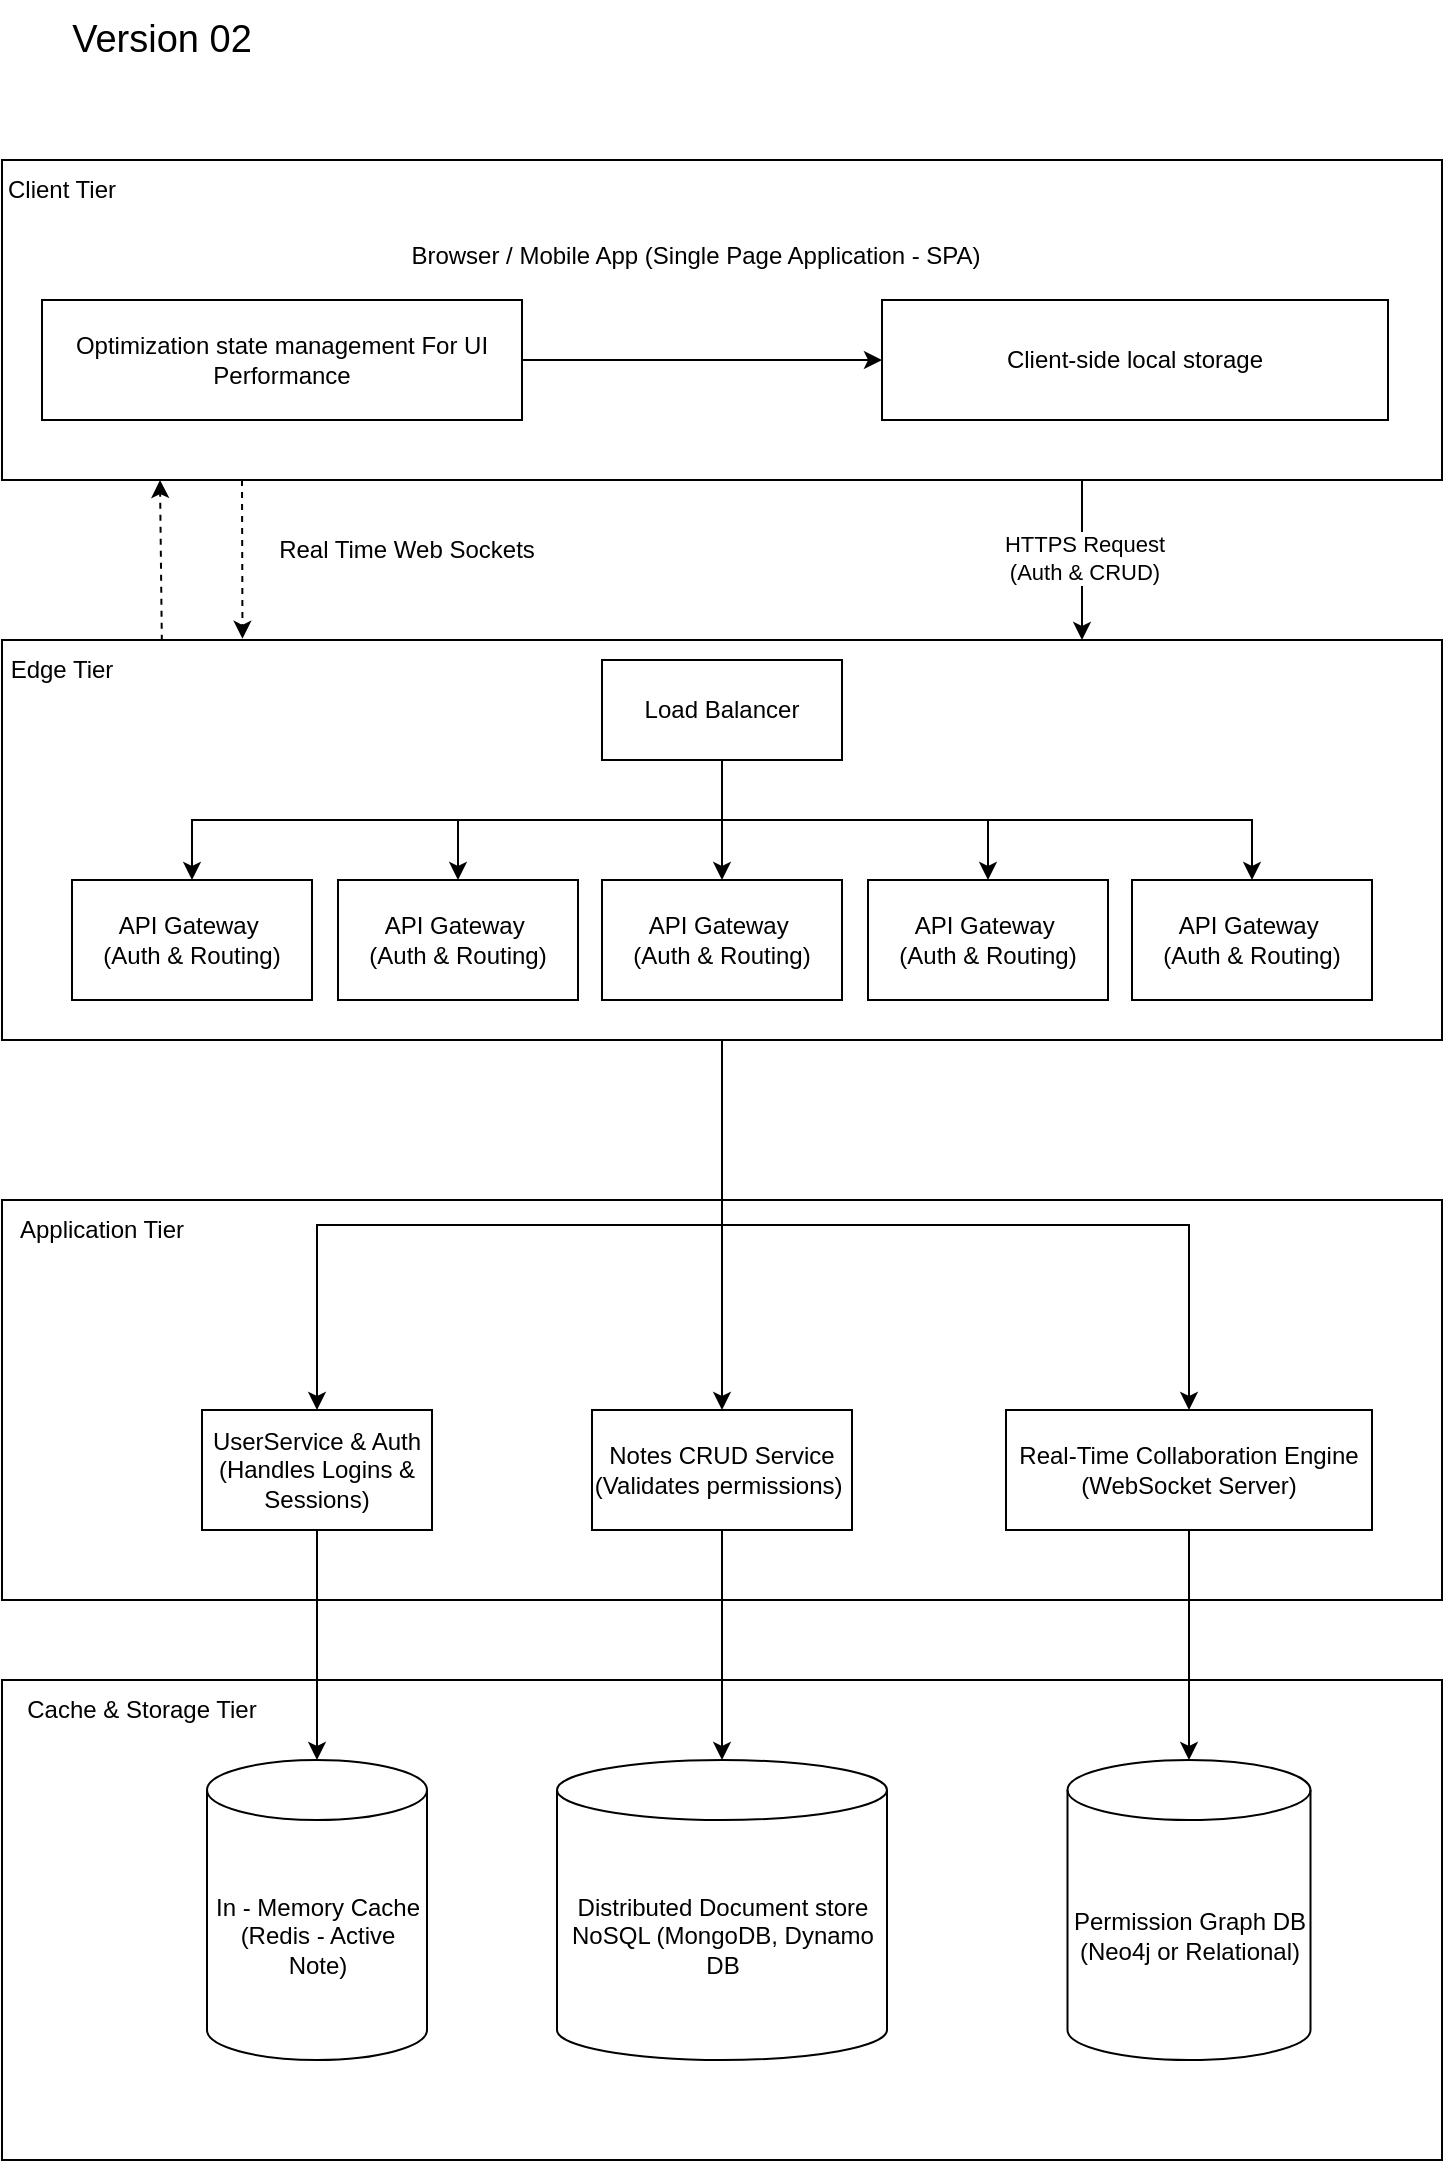
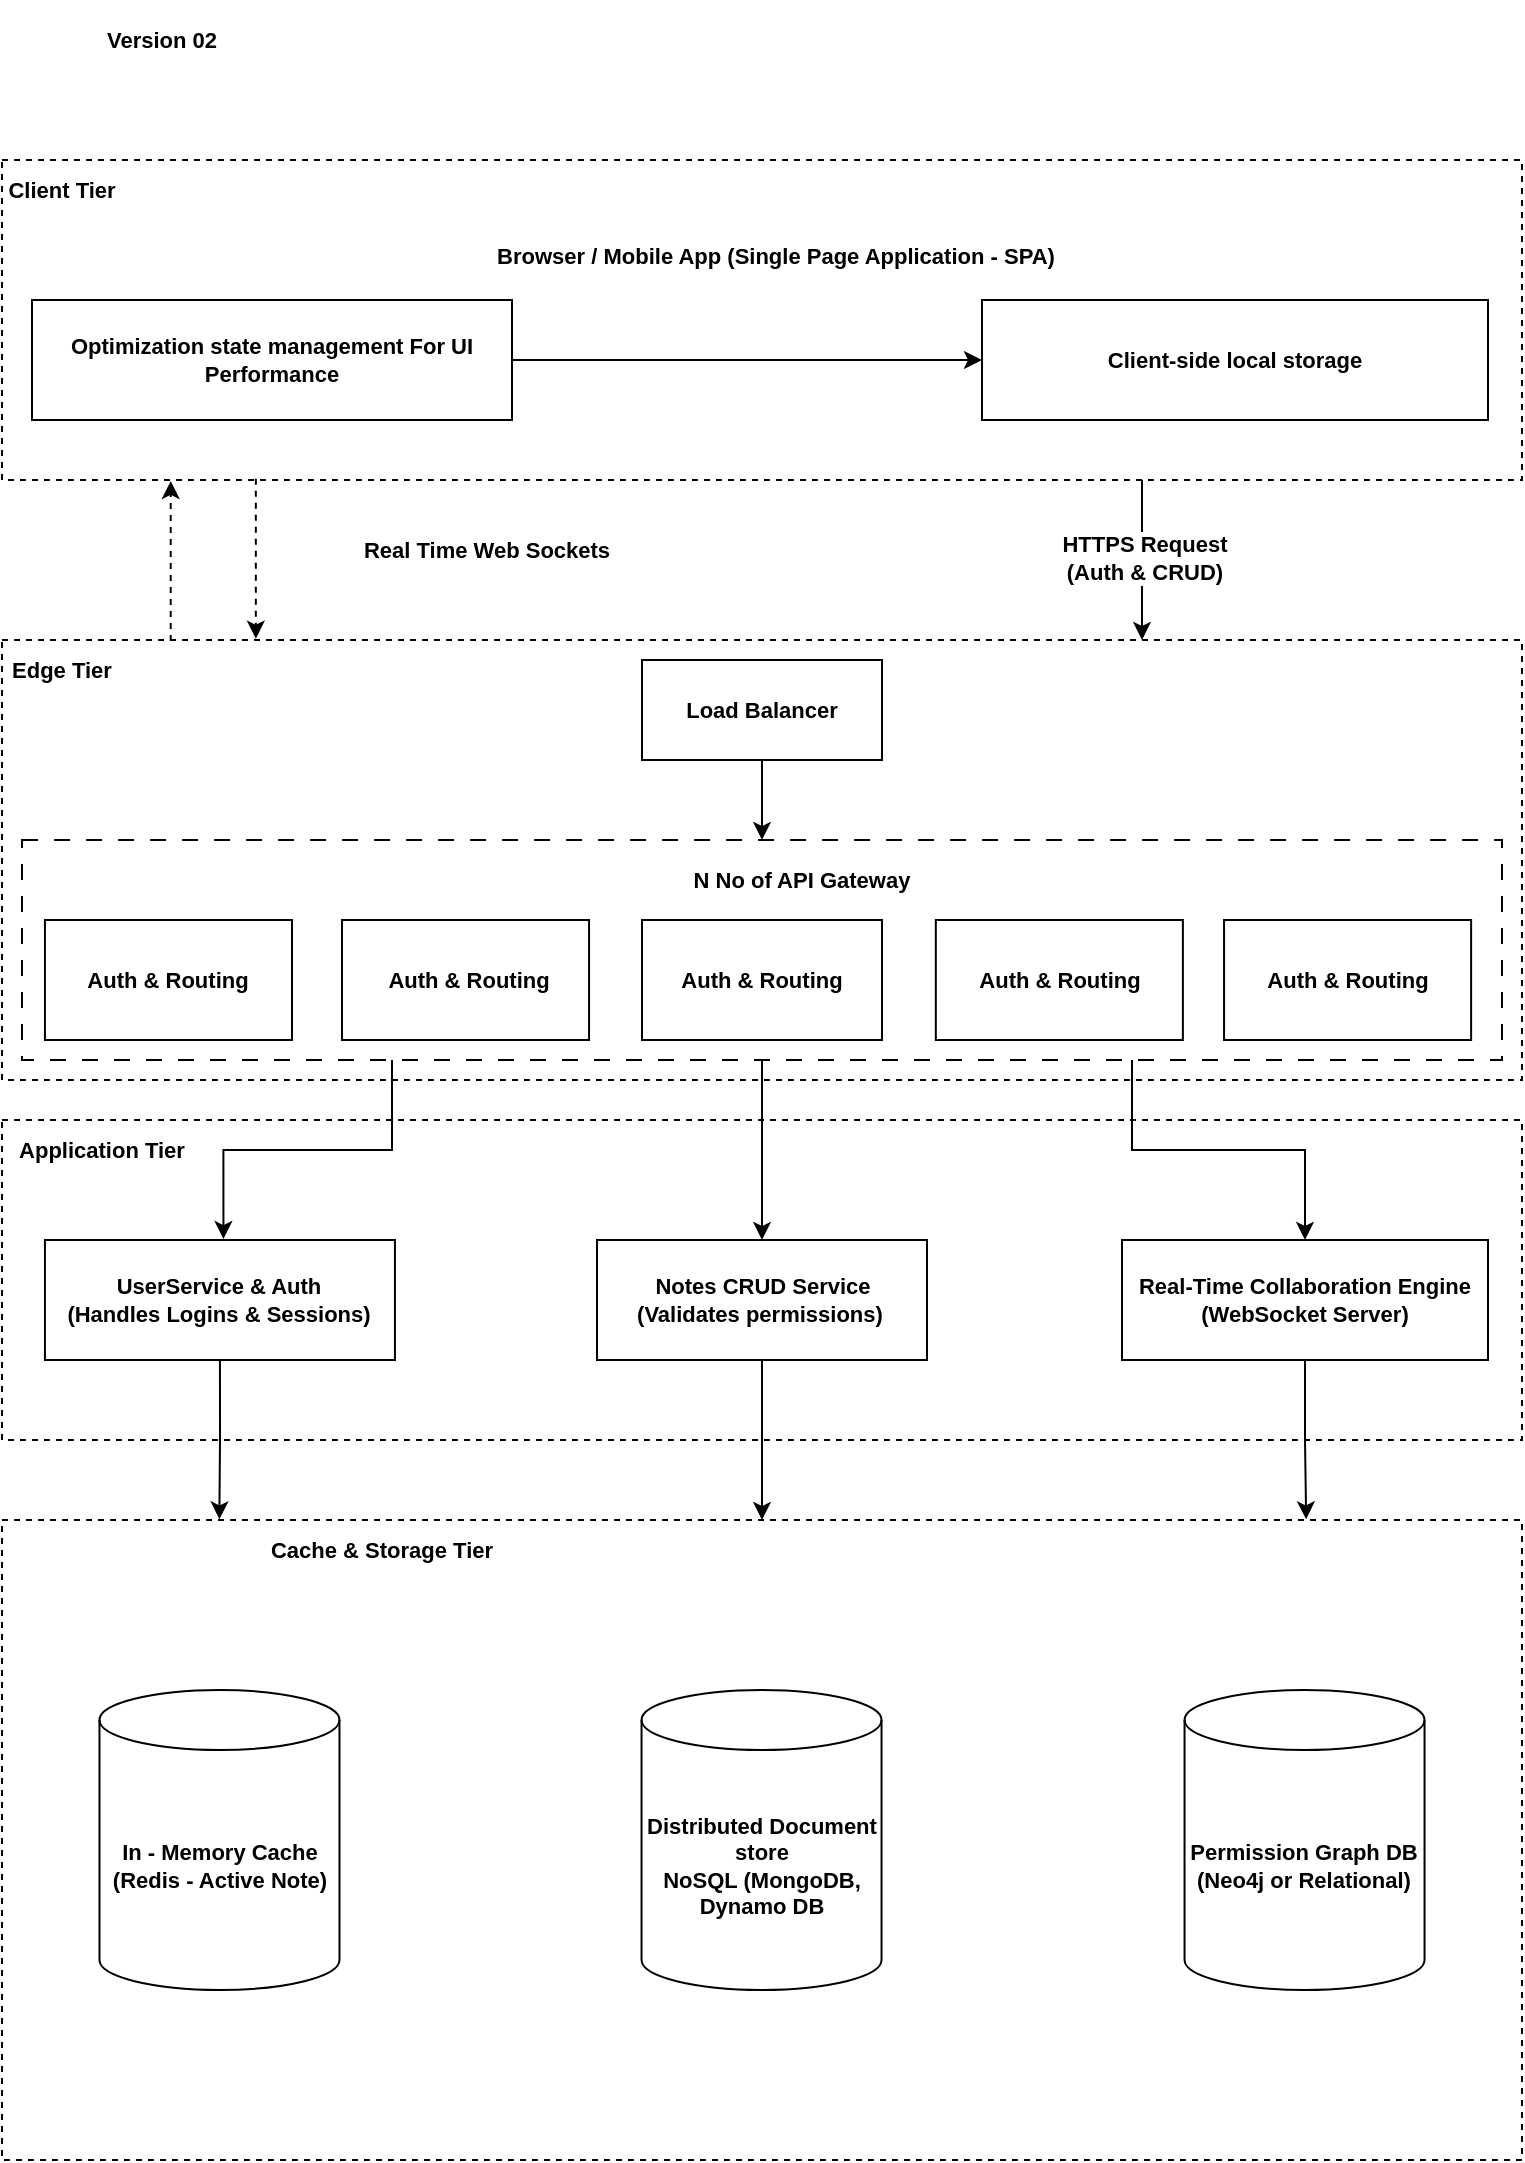
<mxfile host="app.diagrams.net">
  <diagram name="Page-1" id="eH7A5uFUdevFW9T4GL6N">
-     <mxGraphModel dx="1911" dy="1766" grid="1" gridSize="10" guides="1" tooltips="1" connect="1" arrows="1" fold="1" page="1" pageScale="1" pageWidth="827" pageHeight="1169" math="0" shadow="0">
+     <mxGraphModel dx="2115" dy="1878" grid="1" gridSize="10" guides="1" tooltips="1" connect="1" arrows="1" fold="1" page="1" pageScale="1" pageWidth="827" pageHeight="1169" math="0" shadow="0">
      <root>
        <mxCell id="0" />
        <mxCell id="1" parent="0" />
-         <mxCell id="0WJ-O-NK48m0enTMuQhX-74" parent="1" style="rounded=0;whiteSpace=wrap;html=1;" value="" vertex="1">
-           <mxGeometry height="200" width="720" x="-760" y="-520" as="geometry" />
+         <mxCell id="0WJ-O-NK48m0enTMuQhX-69" parent="1" style="rounded=0;whiteSpace=wrap;html=1;dashed=1;movable=1;resizable=1;rotatable=1;deletable=1;editable=1;locked=0;connectable=1;fillColor=none;" value="" vertex="1">
+           <mxGeometry height="220" width="760" x="-800" y="-800" as="geometry" />
        </mxCell>
-         <mxCell id="0WJ-O-NK48m0enTMuQhX-100" edge="1" parent="1" source="0WJ-O-NK48m0enTMuQhX-67" style="edgeStyle=orthogonalEdgeStyle;rounded=0;orthogonalLoop=1;jettySize=auto;html=1;exitX=0.75;exitY=1;exitDx=0;exitDy=0;entryX=0.75;entryY=0;entryDx=0;entryDy=0;" target="0WJ-O-NK48m0enTMuQhX-69">
+         <mxCell id="0WJ-O-NK48m0enTMuQhX-74" parent="1" style="rounded=0;whiteSpace=wrap;html=1;dashed=1;movable=1;resizable=1;rotatable=1;deletable=1;editable=1;locked=0;connectable=1;fillColor=none;" value="" vertex="1">
+           <mxGeometry height="160" width="760" x="-800" y="-560" as="geometry" />
+         </mxCell>
+         <mxCell id="0WJ-O-NK48m0enTMuQhX-100" edge="1" parent="1" source="0WJ-O-NK48m0enTMuQhX-67" style="edgeStyle=orthogonalEdgeStyle;rounded=0;orthogonalLoop=1;jettySize=auto;html=1;exitX=0.75;exitY=1;exitDx=0;exitDy=0;entryX=0.75;entryY=0;entryDx=0;entryDy=0;fillColor=none;fontStyle=1;fontSize=11;movable=1;resizable=1;rotatable=1;deletable=1;editable=1;locked=0;connectable=1;" target="0WJ-O-NK48m0enTMuQhX-69">
          <mxGeometry relative="1" as="geometry" />
        </mxCell>
-         <mxCell id="0WJ-O-NK48m0enTMuQhX-101" connectable="0" parent="0WJ-O-NK48m0enTMuQhX-100" style="edgeLabel;html=1;align=center;verticalAlign=middle;resizable=0;points=[];" value="HTTPS R&lt;span style=&quot;background-color: light-dark(#ffffff, var(--ge-dark-color, #121212)); color: light-dark(rgb(0, 0, 0), rgb(255, 255, 255));&quot;&gt;equest&lt;/span&gt;&lt;div&gt;&lt;span style=&quot;background-color: light-dark(#ffffff, var(--ge-dark-color, #121212)); color: light-dark(rgb(0, 0, 0), rgb(255, 255, 255));&quot;&gt;(Auth &amp;amp; CRUD)&lt;/span&gt;&lt;/div&gt;" vertex="1">
+         <mxCell id="0WJ-O-NK48m0enTMuQhX-101" connectable="0" parent="0WJ-O-NK48m0enTMuQhX-100" style="edgeLabel;html=1;align=center;verticalAlign=middle;resizable=1;points=[];fontStyle=1;fontSize=11;movable=1;rotatable=1;deletable=1;editable=1;locked=0;connectable=1;" value="HTTPS R&lt;span style=&quot;background-color: light-dark(#ffffff, var(--ge-dark-color, #121212)); color: light-dark(rgb(0, 0, 0), rgb(255, 255, 255));&quot;&gt;equest&lt;/span&gt;&lt;div&gt;&lt;span style=&quot;background-color: light-dark(#ffffff, var(--ge-dark-color, #121212)); color: light-dark(rgb(0, 0, 0), rgb(255, 255, 255));&quot;&gt;(Auth &amp;amp; CRUD)&lt;/span&gt;&lt;/div&gt;" vertex="1">
          <mxGeometry relative="1" x="-0.0197" y="1" as="geometry">
            <mxPoint as="offset" />
          </mxGeometry>
        </mxCell>
-         <mxCell id="0WJ-O-NK48m0enTMuQhX-67" parent="1" style="rounded=0;whiteSpace=wrap;html=1;" value="" vertex="1">
-           <mxGeometry height="160" width="720" x="-760" y="-1040" as="geometry" />
+         <mxCell id="0WJ-O-NK48m0enTMuQhX-67" parent="1" style="rounded=0;whiteSpace=wrap;html=1;strokeWidth=1;dashed=1;movable=1;resizable=1;rotatable=1;deletable=1;editable=1;locked=0;connectable=1;fillColor=none;" value="" vertex="1">
+           <mxGeometry height="160" width="760" x="-800" y="-1040" as="geometry" />
        </mxCell>
-         <mxCell id="0WJ-O-NK48m0enTMuQhX-5" parent="1" style="text;html=1;whiteSpace=wrap;strokeColor=none;fillColor=none;align=center;verticalAlign=middle;rounded=0;" value="&lt;font style=&quot;font-size: 19px;&quot;&gt;Version 02&lt;/font&gt;" vertex="1">
-           <mxGeometry height="40" width="160" x="-760" y="-1120" as="geometry" />
+         <mxCell id="0WJ-O-NK48m0enTMuQhX-5" parent="1" style="text;html=1;whiteSpace=wrap;fillColor=none;align=center;verticalAlign=middle;rounded=0;fontStyle=1;fontSize=11;movable=1;resizable=1;rotatable=1;deletable=1;editable=1;locked=0;connectable=1;" value="&lt;font&gt;Version 02&lt;/font&gt;" vertex="1">
+           <mxGeometry height="40" width="160" x="-800" y="-1120" as="geometry" />
        </mxCell>
-         <mxCell id="0WJ-O-NK48m0enTMuQhX-68" parent="1" style="text;html=1;whiteSpace=wrap;strokeColor=none;fillColor=none;align=center;verticalAlign=middle;rounded=0;" value="Client Tier" vertex="1">
-           <mxGeometry height="30" width="60" x="-760" y="-1040" as="geometry" />
+         <mxCell id="0WJ-O-NK48m0enTMuQhX-68" parent="1" style="text;html=1;whiteSpace=wrap;fillColor=none;align=center;verticalAlign=middle;rounded=0;fontStyle=1;fontSize=11;movable=1;resizable=1;rotatable=1;deletable=1;editable=1;locked=0;connectable=1;" value="Client Tier" vertex="1">
+           <mxGeometry height="30" width="60" x="-800" y="-1040" as="geometry" />
        </mxCell>
-         <mxCell id="8HW9Jj2ofqtLdbyaAA0M-7" edge="1" parent="1" source="0WJ-O-NK48m0enTMuQhX-69" style="edgeStyle=orthogonalEdgeStyle;rounded=0;orthogonalLoop=1;jettySize=auto;html=1;exitX=0.5;exitY=1;exitDx=0;exitDy=0;entryX=0.5;entryY=0;entryDx=0;entryDy=0;" target="8HW9Jj2ofqtLdbyaAA0M-5">
+         <mxCell id="0WJ-O-NK48m0enTMuQhX-71" parent="1" style="text;html=1;whiteSpace=wrap;fillColor=none;align=center;verticalAlign=middle;rounded=0;fontStyle=1;fontSize=11;movable=1;resizable=1;rotatable=1;deletable=1;editable=1;locked=0;connectable=1;" value="Edge Tier" vertex="1">
+           <mxGeometry height="30" width="60" x="-800" y="-800" as="geometry" />
+         </mxCell>
+         <mxCell id="0WJ-O-NK48m0enTMuQhX-75" parent="1" style="text;html=1;whiteSpace=wrap;fillColor=none;align=center;verticalAlign=middle;rounded=0;fontStyle=1;fontSize=11;movable=1;resizable=1;rotatable=1;deletable=1;editable=1;locked=0;connectable=1;" value="Application Tier" vertex="1">
+           <mxGeometry height="30" width="100" x="-800" y="-560" as="geometry" />
+         </mxCell>
+         <mxCell id="0WJ-O-NK48m0enTMuQhX-76" parent="1" style="rounded=0;whiteSpace=wrap;html=1;dashed=1;movable=1;resizable=1;rotatable=1;deletable=1;editable=1;locked=0;connectable=1;fillColor=none;" value="" vertex="1">
+           <mxGeometry height="320" width="760" x="-800" y="-360" as="geometry" />
+         </mxCell>
+         <mxCell id="0WJ-O-NK48m0enTMuQhX-77" parent="1" style="text;html=1;whiteSpace=wrap;fillColor=none;align=center;verticalAlign=middle;rounded=0;fontStyle=1;fontSize=11;movable=1;resizable=1;rotatable=1;deletable=1;editable=1;locked=0;connectable=1;" value="Cache &amp;amp; Storage Tier" vertex="1">
+           <mxGeometry height="30" width="140" x="-680" y="-360" as="geometry" />
+         </mxCell>
+         <mxCell id="0WJ-O-NK48m0enTMuQhX-78" parent="1" style="text;html=1;whiteSpace=wrap;fillColor=none;align=center;verticalAlign=middle;rounded=0;fontStyle=1;fontSize=11;movable=1;resizable=1;rotatable=1;deletable=1;editable=1;locked=0;connectable=1;" value="&#xa;Browser / Mobile App (Single Page Application - SPA)&#xa;&#xa;" vertex="1">
+           <mxGeometry height="30" width="300" x="-563" y="-1000" as="geometry" />
+         </mxCell>
+         <mxCell id="0WJ-O-NK48m0enTMuQhX-82" edge="1" parent="1" source="0WJ-O-NK48m0enTMuQhX-79" style="edgeStyle=orthogonalEdgeStyle;rounded=0;orthogonalLoop=1;jettySize=auto;html=1;exitX=1;exitY=0.5;exitDx=0;exitDy=0;entryX=0;entryY=0.5;entryDx=0;entryDy=0;fillColor=none;fontStyle=1;fontSize=11;movable=1;resizable=1;rotatable=1;deletable=1;editable=1;locked=0;connectable=1;" target="0WJ-O-NK48m0enTMuQhX-80">
          <mxGeometry relative="1" as="geometry" />
        </mxCell>
-         <mxCell id="8HW9Jj2ofqtLdbyaAA0M-8" edge="1" parent="1" source="0WJ-O-NK48m0enTMuQhX-69" style="edgeStyle=orthogonalEdgeStyle;rounded=0;orthogonalLoop=1;jettySize=auto;html=1;exitX=0.5;exitY=1;exitDx=0;exitDy=0;entryX=0.5;entryY=0;entryDx=0;entryDy=0;" target="8HW9Jj2ofqtLdbyaAA0M-1">
-           <mxGeometry relative="1" as="geometry" />
+         <mxCell id="0WJ-O-NK48m0enTMuQhX-79" parent="1" style="rounded=0;whiteSpace=wrap;html=1;fillColor=none;fontStyle=1;fontSize=11;movable=1;resizable=1;rotatable=1;deletable=1;editable=1;locked=0;connectable=1;" value="Optimization state management For UI Performance" vertex="1">
+           <mxGeometry height="60" width="240" x="-785" y="-970" as="geometry" />
        </mxCell>
-         <mxCell id="8HW9Jj2ofqtLdbyaAA0M-9" edge="1" parent="1" source="0WJ-O-NK48m0enTMuQhX-69" style="edgeStyle=orthogonalEdgeStyle;rounded=0;orthogonalLoop=1;jettySize=auto;html=1;exitX=0.5;exitY=1;exitDx=0;exitDy=0;entryX=0.5;entryY=0;entryDx=0;entryDy=0;" target="8HW9Jj2ofqtLdbyaAA0M-2">
-           <mxGeometry relative="1" as="geometry" />
+         <mxCell id="0WJ-O-NK48m0enTMuQhX-80" parent="1" style="rounded=0;whiteSpace=wrap;html=1;fillColor=none;fontStyle=1;fontSize=11;movable=1;resizable=1;rotatable=1;deletable=1;editable=1;locked=0;connectable=1;" value="Client-side local storage" vertex="1">
+           <mxGeometry height="60" width="253" x="-310" y="-970" as="geometry" />
        </mxCell>
-         <mxCell id="0WJ-O-NK48m0enTMuQhX-69" parent="1" style="rounded=0;whiteSpace=wrap;html=1;" value="" vertex="1">
-           <mxGeometry height="200" width="720" x="-760" y="-800" as="geometry" />
-         </mxCell>
-         <mxCell id="0WJ-O-NK48m0enTMuQhX-71" parent="1" style="text;html=1;whiteSpace=wrap;strokeColor=none;fillColor=none;align=center;verticalAlign=middle;rounded=0;" value="Edge Tier" vertex="1">
-           <mxGeometry height="30" width="60" x="-760" y="-800" as="geometry" />
-         </mxCell>
-         <mxCell id="0WJ-O-NK48m0enTMuQhX-75" parent="1" style="text;html=1;whiteSpace=wrap;strokeColor=none;fillColor=none;align=center;verticalAlign=middle;rounded=0;" value="Application Tier" vertex="1">
-           <mxGeometry height="30" width="100" x="-760" y="-520" as="geometry" />
-         </mxCell>
-         <mxCell id="0WJ-O-NK48m0enTMuQhX-76" parent="1" style="rounded=0;whiteSpace=wrap;html=1;" value="" vertex="1">
-           <mxGeometry height="240" width="720" x="-760" y="-280" as="geometry" />
-         </mxCell>
-         <mxCell id="0WJ-O-NK48m0enTMuQhX-77" parent="1" style="text;html=1;whiteSpace=wrap;strokeColor=none;fillColor=none;align=center;verticalAlign=middle;rounded=0;" value="Cache &amp;amp; Storage Tier" vertex="1">
-           <mxGeometry height="30" width="140" x="-760" y="-280" as="geometry" />
-         </mxCell>
-         <mxCell id="0WJ-O-NK48m0enTMuQhX-78" parent="1" style="text;html=1;whiteSpace=wrap;strokeColor=none;fillColor=none;align=center;verticalAlign=middle;rounded=0;" value="&#xa;Browser / Mobile App (Single Page Application - SPA)&#xa;&#xa;" vertex="1">
-           <mxGeometry height="30" width="300" x="-563" y="-1000" as="geometry" />
-         </mxCell>
-         <mxCell id="0WJ-O-NK48m0enTMuQhX-82" edge="1" parent="1" source="0WJ-O-NK48m0enTMuQhX-79" style="edgeStyle=orthogonalEdgeStyle;rounded=0;orthogonalLoop=1;jettySize=auto;html=1;exitX=1;exitY=0.5;exitDx=0;exitDy=0;entryX=0;entryY=0.5;entryDx=0;entryDy=0;" target="0WJ-O-NK48m0enTMuQhX-80">
-           <mxGeometry relative="1" as="geometry" />
-         </mxCell>
-         <mxCell id="0WJ-O-NK48m0enTMuQhX-79" parent="1" style="rounded=0;whiteSpace=wrap;html=1;" value="Optimization state management For UI Performance" vertex="1">
-           <mxGeometry height="60" width="240" x="-740" y="-970" as="geometry" />
-         </mxCell>
-         <mxCell id="0WJ-O-NK48m0enTMuQhX-80" parent="1" style="rounded=0;whiteSpace=wrap;html=1;" value="Client-side local storage" vertex="1">
-           <mxGeometry height="60" width="253" x="-320" y="-970" as="geometry" />
-         </mxCell>
-         <mxCell id="0WJ-O-NK48m0enTMuQhX-85" edge="1" parent="1" source="0WJ-O-NK48m0enTMuQhX-69" style="endArrow=classic;html=1;rounded=0;exitX=0.111;exitY=0.002;exitDx=0;exitDy=0;exitPerimeter=0;dashed=1;" value="">
+         <mxCell id="0WJ-O-NK48m0enTMuQhX-85" edge="1" parent="1" source="0WJ-O-NK48m0enTMuQhX-69" style="endArrow=classic;html=1;rounded=0;exitX=0.111;exitY=0.002;exitDx=0;exitDy=0;exitPerimeter=0;dashed=1;entryX=0.111;entryY=1.003;entryDx=0;entryDy=0;entryPerimeter=0;fillColor=none;fontStyle=1;fontSize=11;movable=1;resizable=1;rotatable=1;deletable=1;editable=1;locked=0;connectable=1;" target="0WJ-O-NK48m0enTMuQhX-67" value="">
          <mxGeometry height="50" relative="1" width="50" as="geometry">
            <mxPoint x="-681" y="-800" as="sourcePoint" />
            <mxPoint x="-681" y="-880" as="targetPoint" />
          </mxGeometry>
        </mxCell>
-         <mxCell id="0WJ-O-NK48m0enTMuQhX-86" edge="1" parent="1" style="endArrow=classic;html=1;rounded=0;entryX=0.167;entryY=-0.003;entryDx=0;entryDy=0;entryPerimeter=0;dashed=1;" target="0WJ-O-NK48m0enTMuQhX-69" value="">
+         <mxCell id="0WJ-O-NK48m0enTMuQhX-86" edge="1" parent="1" source="0WJ-O-NK48m0enTMuQhX-67" style="endArrow=classic;html=1;rounded=0;entryX=0.167;entryY=-0.003;entryDx=0;entryDy=0;entryPerimeter=0;dashed=1;exitX=0.167;exitY=0.996;exitDx=0;exitDy=0;exitPerimeter=0;fillColor=none;fontStyle=1;fontSize=11;movable=1;resizable=1;rotatable=1;deletable=1;editable=1;locked=0;connectable=1;" target="0WJ-O-NK48m0enTMuQhX-69" value="">
          <mxGeometry height="50" relative="1" width="50" as="geometry">
            <mxPoint x="-640" y="-880" as="sourcePoint" />
            <mxPoint x="-640" y="-800" as="targetPoint" />
          </mxGeometry>
        </mxCell>
-         <mxCell id="0WJ-O-NK48m0enTMuQhX-94" edge="1" parent="1" source="0WJ-O-NK48m0enTMuQhX-88" style="edgeStyle=orthogonalEdgeStyle;rounded=0;orthogonalLoop=1;jettySize=auto;html=1;exitX=0.5;exitY=1;exitDx=0;exitDy=0;entryX=0.5;entryY=0;entryDx=0;entryDy=0;" target="0WJ-O-NK48m0enTMuQhX-89">
+         <mxCell id="8HW9Jj2ofqtLdbyaAA0M-63" edge="1" parent="1" source="0WJ-O-NK48m0enTMuQhX-88" style="edgeStyle=orthogonalEdgeStyle;rounded=0;orthogonalLoop=1;jettySize=auto;html=1;exitX=0.5;exitY=1;exitDx=0;exitDy=0;entryX=0.5;entryY=0;entryDx=0;entryDy=0;fillColor=none;fontStyle=1;fontSize=11;movable=1;resizable=1;rotatable=1;deletable=1;editable=1;locked=0;connectable=1;" target="8HW9Jj2ofqtLdbyaAA0M-60">
          <mxGeometry relative="1" as="geometry" />
        </mxCell>
-         <mxCell id="0WJ-O-NK48m0enTMuQhX-95" edge="1" parent="1" source="0WJ-O-NK48m0enTMuQhX-88" style="edgeStyle=orthogonalEdgeStyle;rounded=0;orthogonalLoop=1;jettySize=auto;html=1;exitX=0.5;exitY=1;exitDx=0;exitDy=0;entryX=0.5;entryY=0;entryDx=0;entryDy=0;" target="0WJ-O-NK48m0enTMuQhX-90">
+         <mxCell id="0WJ-O-NK48m0enTMuQhX-88" parent="1" style="rounded=0;whiteSpace=wrap;html=1;fillColor=none;fontStyle=1;fontSize=11;movable=1;resizable=1;rotatable=1;deletable=1;editable=1;locked=0;connectable=1;" value="Load Balancer" vertex="1">
+           <mxGeometry height="50" width="120" x="-480" y="-790" as="geometry" />
+         </mxCell>
+         <mxCell id="0WJ-O-NK48m0enTMuQhX-99" parent="1" style="text;html=1;whiteSpace=wrap;fillColor=none;align=center;verticalAlign=middle;rounded=0;fontStyle=1;fontSize=11;movable=1;resizable=1;rotatable=1;deletable=1;editable=1;locked=0;connectable=1;" value="Real Time Web Sockets" vertex="1">
+           <mxGeometry height="30" width="165" x="-640" y="-860" as="geometry" />
+         </mxCell>
+         <mxCell id="8HW9Jj2ofqtLdbyaAA0M-72" edge="1" parent="1" source="8HW9Jj2ofqtLdbyaAA0M-1" style="edgeStyle=orthogonalEdgeStyle;rounded=0;orthogonalLoop=1;jettySize=auto;html=1;exitX=0.5;exitY=1;exitDx=0;exitDy=0;entryX=0.5;entryY=0;entryDx=0;entryDy=0;movable=1;resizable=1;rotatable=1;deletable=1;editable=1;locked=0;connectable=1;fillColor=none;" target="0WJ-O-NK48m0enTMuQhX-76">
          <mxGeometry relative="1" as="geometry" />
        </mxCell>
-         <mxCell id="0WJ-O-NK48m0enTMuQhX-96" edge="1" parent="1" source="0WJ-O-NK48m0enTMuQhX-88" style="edgeStyle=orthogonalEdgeStyle;rounded=0;orthogonalLoop=1;jettySize=auto;html=1;exitX=0.5;exitY=1;exitDx=0;exitDy=0;entryX=0.5;entryY=0;entryDx=0;entryDy=0;" target="0WJ-O-NK48m0enTMuQhX-91">
+         <mxCell id="8HW9Jj2ofqtLdbyaAA0M-1" parent="1" style="rounded=0;whiteSpace=wrap;html=1;fillColor=none;fontStyle=1;fontSize=11;movable=1;resizable=1;rotatable=1;deletable=1;editable=1;locked=0;connectable=1;" value="Notes CRUD Service&lt;div&gt;(Validates permissions)&amp;nbsp;&lt;/div&gt;" vertex="1">
+           <mxGeometry height="60" width="164.99" x="-502.49" y="-500" as="geometry" />
+         </mxCell>
+         <mxCell id="8HW9Jj2ofqtLdbyaAA0M-2" parent="1" style="rounded=0;whiteSpace=wrap;html=1;fillColor=none;fontStyle=1;fontSize=11;movable=1;resizable=1;rotatable=1;deletable=1;editable=1;locked=0;connectable=1;" value="Real-Time Collaboration&amp;nbsp;Engine (WebSocket Server)" vertex="1">
+           <mxGeometry height="60" width="183" x="-240" y="-500" as="geometry" />
+         </mxCell>
+         <mxCell id="8HW9Jj2ofqtLdbyaAA0M-5" parent="1" style="rounded=0;whiteSpace=wrap;html=1;fillColor=none;fontStyle=1;fontSize=11;movable=1;resizable=1;rotatable=1;deletable=1;editable=1;locked=0;connectable=1;" value="UserService &amp;amp; Auth&lt;div&gt;(Handles Logins &amp;amp; Sessions)&lt;/div&gt;" vertex="1">
+           <mxGeometry height="60" width="175" x="-778.53" y="-500" as="geometry" />
+         </mxCell>
+         <mxCell id="8HW9Jj2ofqtLdbyaAA0M-13" parent="1" style="shape=cylinder3;whiteSpace=wrap;html=1;boundedLbl=1;backgroundOutline=1;size=15;fillColor=none;fontStyle=1;fontSize=11;movable=1;resizable=1;rotatable=1;deletable=1;editable=1;locked=0;connectable=1;" value="Distributed Document store&lt;div&gt;NoSQL (MongoDB, Dynamo DB&lt;/div&gt;" vertex="1">
+           <mxGeometry height="150" width="120" x="-480.23" y="-275" as="geometry" />
+         </mxCell>
+         <mxCell id="8HW9Jj2ofqtLdbyaAA0M-12" parent="1" style="shape=cylinder3;whiteSpace=wrap;html=1;boundedLbl=1;backgroundOutline=1;size=15;fillColor=none;fontStyle=1;fontSize=11;movable=1;resizable=1;rotatable=1;deletable=1;editable=1;locked=0;connectable=1;" value="In - Memory Cache&lt;div&gt;(Redis - Active Note)&lt;/div&gt;" vertex="1">
+           <mxGeometry height="150" width="120" x="-751.26" y="-275" as="geometry" />
+         </mxCell>
+         <mxCell id="8HW9Jj2ofqtLdbyaAA0M-14" parent="1" style="shape=cylinder3;whiteSpace=wrap;html=1;boundedLbl=1;backgroundOutline=1;size=15;fillColor=none;fontStyle=1;fontSize=11;movable=1;resizable=1;rotatable=1;deletable=1;editable=1;locked=0;connectable=1;" value="Permission Graph DB&lt;div&gt;(Neo4j or Relational)&lt;/div&gt;" vertex="1">
+           <mxGeometry height="150" width="120" x="-208.73" y="-275" as="geometry" />
+         </mxCell>
+         <mxCell id="8HW9Jj2ofqtLdbyaAA0M-66" edge="1" parent="1" source="8HW9Jj2ofqtLdbyaAA0M-60" style="edgeStyle=orthogonalEdgeStyle;rounded=0;orthogonalLoop=1;jettySize=auto;html=1;exitX=0.5;exitY=1;exitDx=0;exitDy=0;entryX=0.5;entryY=0;entryDx=0;entryDy=0;fillColor=none;fontStyle=1;fontSize=11;movable=1;resizable=1;rotatable=1;deletable=1;editable=1;locked=0;connectable=1;" target="8HW9Jj2ofqtLdbyaAA0M-1">
          <mxGeometry relative="1" as="geometry" />
        </mxCell>
-         <mxCell id="0WJ-O-NK48m0enTMuQhX-97" edge="1" parent="1" source="0WJ-O-NK48m0enTMuQhX-88" style="edgeStyle=orthogonalEdgeStyle;rounded=0;orthogonalLoop=1;jettySize=auto;html=1;exitX=0.5;exitY=1;exitDx=0;exitDy=0;" target="0WJ-O-NK48m0enTMuQhX-92">
+         <mxCell id="8HW9Jj2ofqtLdbyaAA0M-60" parent="1" style="rounded=0;whiteSpace=wrap;html=1;dashed=1;dashPattern=8 8;container=0;movable=1;resizable=1;rotatable=1;deletable=1;editable=1;locked=0;connectable=1;fillColor=none;fontStyle=1;fontSize=11;" value="" vertex="1">
+           <mxGeometry height="110" width="740" x="-790" y="-700" as="geometry" />
+         </mxCell>
+         <mxCell id="8HW9Jj2ofqtLdbyaAA0M-61" parent="1" style="text;html=1;whiteSpace=wrap;fillColor=none;align=center;verticalAlign=middle;rounded=0;fontStyle=1;fontSize=11;movable=1;resizable=1;rotatable=1;deletable=1;editable=1;locked=0;connectable=1;" value="N No of API Gateway" vertex="1">
+           <mxGeometry height="30" width="133.83382352941175" x="-466.9220588235294" y="-695" as="geometry" />
+         </mxCell>
+         <mxCell id="8HW9Jj2ofqtLdbyaAA0M-67" edge="1" parent="1" source="8HW9Jj2ofqtLdbyaAA0M-60" style="edgeStyle=orthogonalEdgeStyle;rounded=0;orthogonalLoop=1;jettySize=auto;html=1;exitX=0.75;exitY=1;exitDx=0;exitDy=0;entryX=0.5;entryY=0;entryDx=0;entryDy=0;fillColor=none;fontStyle=1;fontSize=11;movable=1;resizable=1;rotatable=1;deletable=1;editable=1;locked=0;connectable=1;" target="8HW9Jj2ofqtLdbyaAA0M-2">
          <mxGeometry relative="1" as="geometry" />
        </mxCell>
-         <mxCell id="0WJ-O-NK48m0enTMuQhX-98" edge="1" parent="1" source="0WJ-O-NK48m0enTMuQhX-88" style="edgeStyle=orthogonalEdgeStyle;rounded=0;orthogonalLoop=1;jettySize=auto;html=1;exitX=0.5;exitY=1;exitDx=0;exitDy=0;" target="0WJ-O-NK48m0enTMuQhX-93">
+         <mxCell id="8HW9Jj2ofqtLdbyaAA0M-68" edge="1" parent="1" source="8HW9Jj2ofqtLdbyaAA0M-60" style="edgeStyle=orthogonalEdgeStyle;rounded=0;orthogonalLoop=1;jettySize=auto;html=1;exitX=0.25;exitY=1;exitDx=0;exitDy=0;entryX=0.51;entryY=-0.008;entryDx=0;entryDy=0;entryPerimeter=0;fillColor=none;fontStyle=1;fontSize=11;movable=1;resizable=1;rotatable=1;deletable=1;editable=1;locked=0;connectable=1;" target="8HW9Jj2ofqtLdbyaAA0M-5">
          <mxGeometry relative="1" as="geometry" />
        </mxCell>
-         <mxCell id="0WJ-O-NK48m0enTMuQhX-88" parent="1" style="rounded=0;whiteSpace=wrap;html=1;" value="Load Balancer" vertex="1">
-           <mxGeometry height="50" width="120" x="-460" y="-790" as="geometry" />
+         <mxCell id="0WJ-O-NK48m0enTMuQhX-89" parent="1" style="rounded=0;whiteSpace=wrap;html=1;fillColor=none;fontStyle=1;fontSize=11;movable=1;resizable=1;rotatable=1;deletable=1;editable=1;locked=0;connectable=1;" value="&lt;div&gt;Auth &amp;amp; Routing&lt;/div&gt;" vertex="1">
+           <mxGeometry height="60" width="123.52941176470587" x="-778.5288235294117" y="-660" as="geometry" />
        </mxCell>
-         <mxCell id="0WJ-O-NK48m0enTMuQhX-89" parent="1" style="rounded=0;whiteSpace=wrap;html=1;" value="API Gateway&amp;nbsp;&lt;div&gt;(Auth &amp;amp; Routing)&lt;/div&gt;" vertex="1">
-           <mxGeometry height="60" width="120" x="-725" y="-680" as="geometry" />
+         <mxCell id="0WJ-O-NK48m0enTMuQhX-90" parent="1" style="rounded=0;whiteSpace=wrap;html=1;fillColor=none;fontStyle=1;fontSize=11;movable=1;resizable=1;rotatable=1;deletable=1;editable=1;locked=0;connectable=1;" value="&amp;nbsp;&lt;span style=&quot;background-color: transparent; color: light-dark(rgb(0, 0, 0), rgb(255, 255, 255));&quot;&gt;Auth &amp;amp; Routing&lt;/span&gt;" vertex="1">
+           <mxGeometry height="60" width="123.52941176470587" x="-630" y="-660" as="geometry" />
        </mxCell>
-         <mxCell id="0WJ-O-NK48m0enTMuQhX-90" parent="1" style="rounded=0;whiteSpace=wrap;html=1;" value="API Gateway&amp;nbsp;&lt;div&gt;(Auth &amp;amp; Routing)&lt;/div&gt;" vertex="1">
-           <mxGeometry height="60" width="120" x="-592" y="-680" as="geometry" />
+         <mxCell id="0WJ-O-NK48m0enTMuQhX-91" parent="1" style="rounded=0;whiteSpace=wrap;html=1;fillColor=none;fontStyle=1;fontSize=11;movable=1;resizable=1;rotatable=1;deletable=1;editable=1;locked=0;connectable=1;" value="&lt;div&gt;Auth &amp;amp; Routing&lt;/div&gt;" vertex="1">
+           <mxGeometry height="60" width="120" x="-480" y="-660" as="geometry" />
        </mxCell>
-         <mxCell id="0WJ-O-NK48m0enTMuQhX-91" parent="1" style="rounded=0;whiteSpace=wrap;html=1;" value="API Gateway&amp;nbsp;&lt;div&gt;(Auth &amp;amp; Routing)&lt;/div&gt;" vertex="1">
-           <mxGeometry height="60" width="120" x="-460" y="-680" as="geometry" />
+         <mxCell id="0WJ-O-NK48m0enTMuQhX-92" parent="1" style="rounded=0;whiteSpace=wrap;html=1;fillColor=none;fontStyle=1;fontSize=11;movable=1;resizable=1;rotatable=1;deletable=1;editable=1;locked=0;connectable=1;" value="&lt;div&gt;Auth &amp;amp; Routing&lt;/div&gt;" vertex="1">
+           <mxGeometry height="60" width="123.52941176470587" x="-333.09" y="-660" as="geometry" />
        </mxCell>
-         <mxCell id="0WJ-O-NK48m0enTMuQhX-92" parent="1" style="rounded=0;whiteSpace=wrap;html=1;" value="API Gateway&amp;nbsp;&lt;div&gt;(Auth &amp;amp; Routing)&lt;/div&gt;" vertex="1">
-           <mxGeometry height="60" width="120" x="-327" y="-680" as="geometry" />
+         <mxCell id="0WJ-O-NK48m0enTMuQhX-93" parent="1" style="rounded=0;whiteSpace=wrap;html=1;fillColor=none;fontStyle=1;fontSize=11;movable=1;resizable=1;rotatable=1;deletable=1;editable=1;locked=0;connectable=1;" value="&lt;div&gt;Auth &amp;amp; Routing&lt;/div&gt;" vertex="1">
+           <mxGeometry height="60" width="123.52941176470587" x="-188.97058823529414" y="-660" as="geometry" />
        </mxCell>
-         <mxCell id="0WJ-O-NK48m0enTMuQhX-93" parent="1" style="rounded=0;whiteSpace=wrap;html=1;" value="API Gateway&amp;nbsp;&lt;div&gt;(Auth &amp;amp; Routing)&lt;/div&gt;" vertex="1">
-           <mxGeometry height="60" width="120" x="-195" y="-680" as="geometry" />
-         </mxCell>
-         <mxCell id="0WJ-O-NK48m0enTMuQhX-99" parent="1" style="text;html=1;whiteSpace=wrap;strokeColor=none;fillColor=none;align=center;verticalAlign=middle;rounded=0;" value="Real Time Web Sockets" vertex="1">
-           <mxGeometry height="30" width="165" x="-640" y="-860" as="geometry" />
-         </mxCell>
-         <mxCell id="8HW9Jj2ofqtLdbyaAA0M-1" parent="1" style="rounded=0;whiteSpace=wrap;html=1;" value="Notes CRUD Service&lt;div&gt;(Validates permissions)&amp;nbsp;&lt;/div&gt;" vertex="1">
-           <mxGeometry height="60" width="130" x="-465" y="-415" as="geometry" />
-         </mxCell>
-         <mxCell id="8HW9Jj2ofqtLdbyaAA0M-2" parent="1" style="rounded=0;whiteSpace=wrap;html=1;" value="Real-Time Collaboration&amp;nbsp;Engine (WebSocket Server)" vertex="1">
-           <mxGeometry height="60" width="183" x="-258" y="-415" as="geometry" />
-         </mxCell>
-         <mxCell id="8HW9Jj2ofqtLdbyaAA0M-15" edge="1" parent="1" source="8HW9Jj2ofqtLdbyaAA0M-5" style="edgeStyle=orthogonalEdgeStyle;rounded=0;orthogonalLoop=1;jettySize=auto;html=1;exitX=0.5;exitY=1;exitDx=0;exitDy=0;" target="8HW9Jj2ofqtLdbyaAA0M-12">
+         <mxCell id="8HW9Jj2ofqtLdbyaAA0M-71" edge="1" parent="1" source="8HW9Jj2ofqtLdbyaAA0M-5" style="edgeStyle=orthogonalEdgeStyle;rounded=0;orthogonalLoop=1;jettySize=auto;html=1;exitX=0.5;exitY=1;exitDx=0;exitDy=0;entryX=0.143;entryY=-0.001;entryDx=0;entryDy=0;entryPerimeter=0;movable=1;resizable=1;rotatable=1;deletable=1;editable=1;locked=0;connectable=1;fillColor=none;" target="0WJ-O-NK48m0enTMuQhX-76">
          <mxGeometry relative="1" as="geometry" />
        </mxCell>
-         <mxCell id="8HW9Jj2ofqtLdbyaAA0M-5" parent="1" style="rounded=0;whiteSpace=wrap;html=1;" value="UserService &amp;amp; Auth&lt;div&gt;(Handles Logins &amp;amp; Sessions)&lt;/div&gt;" vertex="1">
-           <mxGeometry height="60" width="115" x="-660" y="-415" as="geometry" />
-         </mxCell>
-         <mxCell id="8HW9Jj2ofqtLdbyaAA0M-12" parent="1" style="shape=cylinder3;whiteSpace=wrap;html=1;boundedLbl=1;backgroundOutline=1;size=15;" value="In - Memory Cache&lt;div&gt;(Redis - Active Note)&lt;/div&gt;" vertex="1">
-           <mxGeometry height="150" width="110" x="-657.5" y="-240" as="geometry" />
-         </mxCell>
-         <mxCell id="8HW9Jj2ofqtLdbyaAA0M-13" parent="1" style="shape=cylinder3;whiteSpace=wrap;html=1;boundedLbl=1;backgroundOutline=1;size=15;" value="Distributed Document store&lt;div&gt;NoSQL (MongoDB, Dynamo DB&lt;/div&gt;" vertex="1">
-           <mxGeometry height="150" width="165" x="-482.5" y="-240" as="geometry" />
-         </mxCell>
-         <mxCell id="8HW9Jj2ofqtLdbyaAA0M-14" parent="1" style="shape=cylinder3;whiteSpace=wrap;html=1;boundedLbl=1;backgroundOutline=1;size=15;" value="Permission Graph DB&lt;div&gt;(Neo4j or Relational)&lt;/div&gt;" vertex="1">
-           <mxGeometry height="150" width="121.5" x="-227.25" y="-240" as="geometry" />
-         </mxCell>
-         <mxCell id="8HW9Jj2ofqtLdbyaAA0M-16" edge="1" parent="1" source="8HW9Jj2ofqtLdbyaAA0M-1" style="edgeStyle=orthogonalEdgeStyle;rounded=0;orthogonalLoop=1;jettySize=auto;html=1;exitX=0.5;exitY=1;exitDx=0;exitDy=0;entryX=0.5;entryY=0;entryDx=0;entryDy=0;entryPerimeter=0;" target="8HW9Jj2ofqtLdbyaAA0M-13">
-           <mxGeometry relative="1" as="geometry" />
-         </mxCell>
-         <mxCell id="8HW9Jj2ofqtLdbyaAA0M-17" edge="1" parent="1" source="8HW9Jj2ofqtLdbyaAA0M-2" style="edgeStyle=orthogonalEdgeStyle;rounded=0;orthogonalLoop=1;jettySize=auto;html=1;exitX=0.5;exitY=1;exitDx=0;exitDy=0;entryX=0.5;entryY=0;entryDx=0;entryDy=0;entryPerimeter=0;" target="8HW9Jj2ofqtLdbyaAA0M-14">
+         <mxCell id="8HW9Jj2ofqtLdbyaAA0M-73" edge="1" parent="1" source="8HW9Jj2ofqtLdbyaAA0M-2" style="edgeStyle=orthogonalEdgeStyle;rounded=0;orthogonalLoop=1;jettySize=auto;html=1;exitX=0.5;exitY=1;exitDx=0;exitDy=0;entryX=0.858;entryY=-0.001;entryDx=0;entryDy=0;entryPerimeter=0;movable=1;resizable=1;rotatable=1;deletable=1;editable=1;locked=0;connectable=1;fillColor=none;" target="0WJ-O-NK48m0enTMuQhX-76">
          <mxGeometry relative="1" as="geometry" />
        </mxCell>
      </root>
    </mxGraphModel>
  </diagram>
</mxfile>
